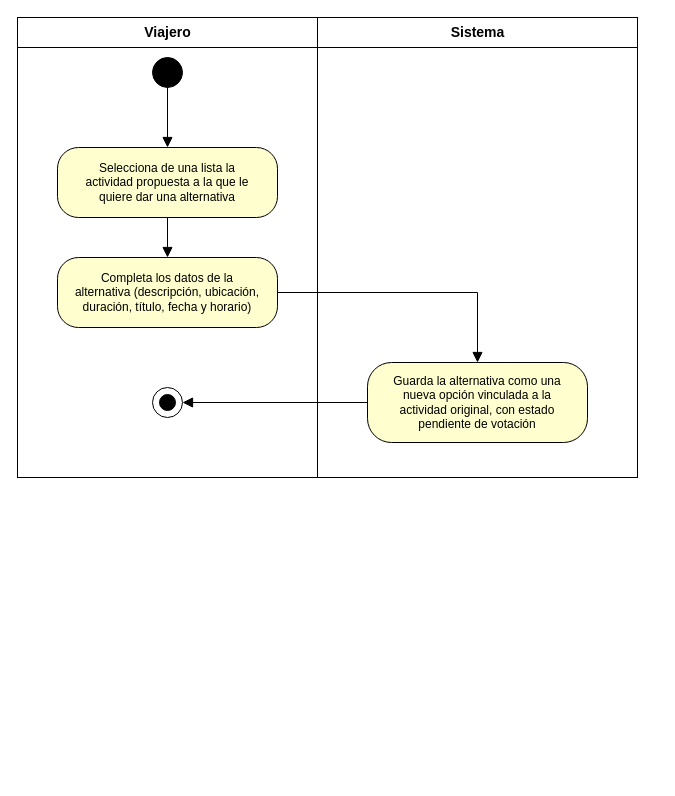
Above: page "Proponiendo alternativa de actividad" (3 of 13) of docs/diagramas.drawio in tomashsieh7/organizacion_viajes (draw.io), before the change. Source tidied: cells renumbered, new cells numbered last; positions are measured from the earlier drawing's top-left corner, leaving out a move shared by most shapes. Both pictures are drawn from the tidied source at 100%, with x=0, y=0 at pixel (17, 17).
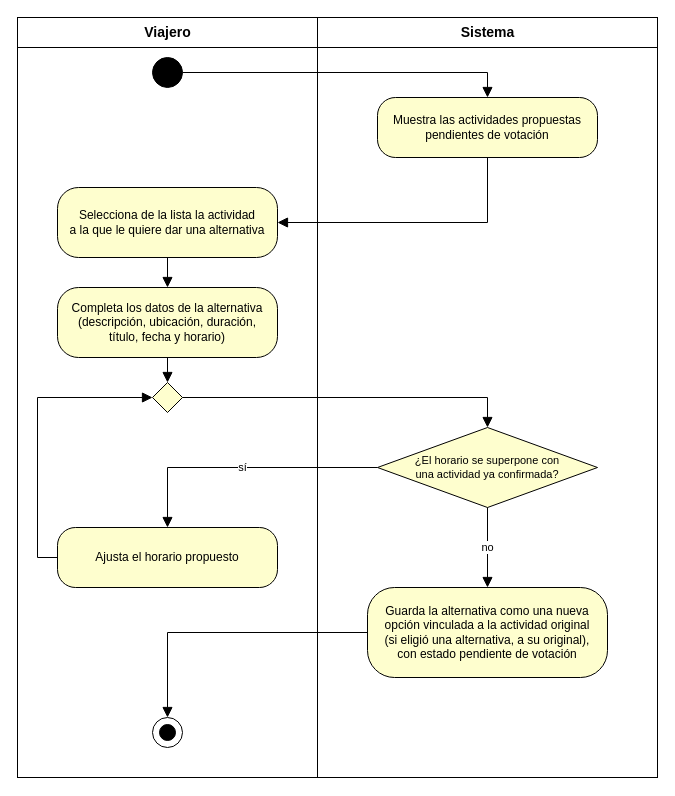
After the change.

Change to the diagram source:
```diff
@@
-    <mxCell id="2" style="rounded=0;whiteSpace=wrap;html=1;fillColor=none;" parent="1" vertex="1">
-      <mxGeometry width="620" height="460" as="geometry" />
+    <mxCell id="2" style="rounded=0;whiteSpace=wrap;html=1;fillColor=none;strokeColor=light-dark(#000000,#FFFFFF);" parent="1" vertex="1">
+      <mxGeometry width="640" height="760" as="geometry" />
     </mxCell>
-    <mxCell id="3" value="Viajero" style="text;html=1;align=center;verticalAlign=middle;fontStyle=1;fontSize=14;perimeterSpacing=0;strokeColor=default;" parent="1" vertex="1">
+    <mxCell id="3" value="Viajero" style="text;html=1;align=center;verticalAlign=middle;fontStyle=1;fontSize=14;strokeColor=light-dark(#000000,#FFFFFF);" parent="1" vertex="1">
       <mxGeometry width="300" height="30" as="geometry" />
     </mxCell>
-    <mxCell id="4" value="Sistema" style="text;html=1;align=center;verticalAlign=middle;fontStyle=1;fontSize=14;strokeColor=default;" parent="1" vertex="1">
-      <mxGeometry x="300" width="320" height="30" as="geometry" />
+    <mxCell id="4" value="Sistema" style="text;html=1;align=center;verticalAlign=middle;fontStyle=1;fontSize=14;strokeColor=light-dark(#000000,#FFFFFF);" parent="1" vertex="1">
+      <mxGeometry x="300" width="340" height="30" as="geometry" />
     </mxCell>
-    <mxCell id="5" style="endArrow=none;html=1;strokeColor=#000000;" parent="1" edge="1">
+    <mxCell id="5" style="endArrow=none;html=1;strokeColor=light-dark(#000000,#FFFFFF);" parent="1" edge="1">
       <mxGeometry relative="1" as="geometry">
         <mxPoint x="300" as="sourcePoint" />
-        <mxPoint x="300" y="460" as="targetPoint" />
+        <mxPoint x="300" y="760" as="targetPoint" />
       </mxGeometry>
     </mxCell>
-    <mxCell id="6" style="ellipse;whiteSpace=wrap;html=1;fillColor=#000000;strokeColor=light-dark(#000000,#EDEDED);" parent="1" vertex="1">
-      <mxGeometry x="135" y="40" width="30" height="30" as="geometry" />
-    </mxCell>
-    <mxCell id="7" value="Selecciona de una lista la&lt;br&gt;actividad propuesta a la que le&lt;br&gt;quiere dar una alternativa" style="rounded=1;whiteSpace=wrap;html=1;fillColor=#FEFECE;strokeColor=light-dark(#000000,#EDEDED);arcSize=30;fontSize=12;" parent="1" vertex="1">
-      <mxGeometry x="40" y="130" width="220" height="70" as="geometry" />
-    </mxCell>
+    <mxCell id="16" style="ellipse;whiteSpace=wrap;html=1;fillColor=#000000;strokeColor=light-dark(#000000,#FFFFFF);" parent="1" vertex="1">
+      <mxGeometry x="135" y="40" width="30" height="30" as="geometry" />
+    </mxCell>
+    <mxCell id="17" value="Muestra las actividades propuestas&lt;br&gt;pendientes de votación" style="rounded=1;whiteSpace=wrap;html=1;fillColor=#FEFECE;strokeColor=light-dark(#000000,#FFFFFF);arcSize=30;fontSize=12;" parent="1" vertex="1">
+      <mxGeometry x="360" y="80" width="220" height="60" as="geometry" />
+    </mxCell>
+    <mxCell id="18" value="Selecciona de la lista la actividad&lt;br&gt;a la que le quiere dar una alternativa" style="rounded=1;whiteSpace=wrap;html=1;fillColor=#FEFECE;strokeColor=light-dark(#000000,#FFFFFF);arcSize=30;fontSize=12;" parent="1" vertex="1">
+      <mxGeometry x="40" y="170" width="220" height="70" as="geometry" />
+    </mxCell>
-    <mxCell id="8" value="Completa los datos de la&lt;br&gt;alternativa (descripción, ubicación,&lt;br&gt;duración, título, fecha y horario)" style="rounded=1;whiteSpace=wrap;html=1;fillColor=#FEFECE;strokeColor=light-dark(#000000,#EDEDED);arcSize=30;fontSize=12;" parent="1" vertex="1">
-      <mxGeometry x="40" y="240" width="220" height="70" as="geometry" />
+    <mxCell id="8" value="Completa los datos de la alternativa&lt;br&gt;(descripción, ubicación, duración,&lt;br&gt;título, fecha y horario)" style="rounded=1;whiteSpace=wrap;html=1;fillColor=#FEFECE;strokeColor=light-dark(#000000,#FFFFFF);arcSize=30;fontSize=12;" parent="1" vertex="1">
+      <mxGeometry x="40" y="270" width="220" height="70" as="geometry" />
     </mxCell>
-    <mxCell id="9" value="Guarda la alternativa como una&lt;br&gt;nueva opción vinculada a la&lt;br&gt;actividad original, con estado&lt;br&gt;pendiente de votación" style="rounded=1;whiteSpace=wrap;html=1;fillColor=#FEFECE;strokeColor=light-dark(#000000,#EDEDED);arcSize=30;fontSize=12;" parent="1" vertex="1">
-      <mxGeometry x="350" y="345" width="220" height="80" as="geometry" />
-    </mxCell>
-    <mxCell id="10" style="ellipse;whiteSpace=wrap;html=1;fillColor=#FFFFFF;strokeColor=light-dark(#000000,#EDEDED);" parent="1" vertex="1">
-      <mxGeometry x="135" y="370" width="30" height="30" as="geometry" />
-    </mxCell>
-    <mxCell id="11" style="ellipse;whiteSpace=wrap;html=1;fillColor=#000000;strokeColor=light-dark(#000000,#EDEDED);" parent="1" vertex="1">
-      <mxGeometry x="142" y="377" width="16" height="16" as="geometry" />
-    </mxCell>
-    <mxCell id="12" style="endArrow=block;html=1;strokeColor=light-dark(#000000,#EDEDED);fontSize=11;rounded=0;endSize=8;edgeStyle=orthogonalEdgeStyle;" parent="1" edge="1" source="6" target="7">
-      <mxGeometry relative="1" as="geometry" />
-    </mxCell>
-    <mxCell id="13" style="endArrow=block;html=1;strokeColor=light-dark(#000000,#EDEDED);fontSize=11;rounded=0;endSize=8;edgeStyle=orthogonalEdgeStyle;" parent="1" edge="1" source="7" target="8">
-      <mxGeometry relative="1" as="geometry" />
-    </mxCell>
-    <mxCell id="14" style="endArrow=block;html=1;strokeColor=light-dark(#000000,#EDEDED);fontSize=11;rounded=0;endSize=8;edgeStyle=orthogonalEdgeStyle;exitX=1;exitY=0.5;exitDx=0;exitDy=0;entryX=0.5;entryY=0;entryDx=0;entryDy=0;" parent="1" edge="1" source="8" target="9">
-      <mxGeometry relative="1" as="geometry" />
-    </mxCell>
-    <mxCell id="15" style="endArrow=block;html=1;strokeColor=light-dark(#000000,#EDEDED);fontSize=11;rounded=0;endSize=8;edgeStyle=orthogonalEdgeStyle;exitX=0;exitY=0.5;exitDx=0;exitDy=0;entryX=1;entryY=0.5;entryDx=0;entryDy=0;" parent="1" edge="1" source="9" target="10">
-      <mxGeometry relative="1" as="geometry" />
-    </mxCell>
+    <mxCell id="19" style="rhombus;whiteSpace=wrap;html=1;fillColor=#FEFECE;strokeColor=light-dark(#000000,#FFFFFF);fontSize=11;" parent="1" vertex="1">
+      <mxGeometry x="135" y="365" width="30" height="30" as="geometry" />
+    </mxCell>
+    <mxCell id="20" value="¿El horario se superpone con&lt;br&gt;una actividad ya confirmada?" style="rhombus;whiteSpace=wrap;html=1;fillColor=#FEFECE;strokeColor=light-dark(#000000,#FFFFFF);fontSize=11;" parent="1" vertex="1">
+      <mxGeometry x="360" y="410" width="220" height="80" as="geometry" />
+    </mxCell>
+    <mxCell id="21" value="Ajusta el horario propuesto" style="rounded=1;whiteSpace=wrap;html=1;fillColor=#FEFECE;strokeColor=light-dark(#000000,#FFFFFF);arcSize=30;fontSize=12;" parent="1" vertex="1">
+      <mxGeometry x="40" y="510" width="220" height="60" as="geometry" />
+    </mxCell>
+    <mxCell id="22" value="Guarda la alternativa como una nueva&lt;br&gt;opción vinculada a la actividad original&lt;br&gt;(si eligió una alternativa, a su original),&lt;br&gt;con estado pendiente de votación" style="rounded=1;whiteSpace=wrap;html=1;fillColor=#FEFECE;strokeColor=light-dark(#000000,#FFFFFF);arcSize=30;fontSize=12;" parent="1" vertex="1">
+      <mxGeometry x="350" y="570" width="240" height="90" as="geometry" />
+    </mxCell>
+    <mxCell id="23" style="ellipse;whiteSpace=wrap;html=1;fillColor=#FFFFFF;strokeColor=light-dark(#000000,#FFFFFF);" parent="1" vertex="1">
+      <mxGeometry x="135" y="700" width="30" height="30" as="geometry" />
+    </mxCell>
+    <mxCell id="24" style="ellipse;whiteSpace=wrap;html=1;fillColor=#000000;strokeColor=light-dark(#000000,#FFFFFF);" parent="1" vertex="1">
+      <mxGeometry x="142" y="707" width="16" height="16" as="geometry" />
+    </mxCell>
+    <mxCell id="25" style="endArrow=block;html=1;strokeColor=light-dark(#000000,#FFFFFF);fontSize=11;rounded=0;endSize=8;edgeStyle=orthogonalEdgeStyle;exitX=1;exitY=0.5;exitDx=0;exitDy=0;entryX=0.5;entryY=0;entryDx=0;entryDy=0;" parent="1" edge="1" source="16" target="17">
+      <mxGeometry relative="1" as="geometry" />
+    </mxCell>
+    <mxCell id="26" style="endArrow=block;html=1;strokeColor=light-dark(#000000,#FFFFFF);fontSize=11;rounded=0;endSize=8;edgeStyle=orthogonalEdgeStyle;exitX=0.5;exitY=1;exitDx=0;exitDy=0;entryX=1;entryY=0.5;entryDx=0;entryDy=0;" parent="1" edge="1" source="17" target="18">
+      <mxGeometry relative="1" as="geometry" />
+    </mxCell>
+    <mxCell id="27" style="endArrow=block;html=1;strokeColor=light-dark(#000000,#FFFFFF);fontSize=11;rounded=0;endSize=8;edgeStyle=orthogonalEdgeStyle;exitX=0.5;exitY=1;exitDx=0;exitDy=0;entryX=0.5;entryY=0;entryDx=0;entryDy=0;" parent="1" edge="1" source="18" target="8">
+      <mxGeometry relative="1" as="geometry" />
+    </mxCell>
+    <mxCell id="28" style="endArrow=block;html=1;strokeColor=light-dark(#000000,#FFFFFF);fontSize=11;rounded=0;endSize=8;edgeStyle=orthogonalEdgeStyle;exitX=0.5;exitY=1;exitDx=0;exitDy=0;entryX=0.5;entryY=0;entryDx=0;entryDy=0;" parent="1" edge="1" source="8" target="19">
+      <mxGeometry relative="1" as="geometry" />
+    </mxCell>
+    <mxCell id="29" style="endArrow=block;html=1;strokeColor=light-dark(#000000,#FFFFFF);fontSize=11;rounded=0;endSize=8;edgeStyle=orthogonalEdgeStyle;exitX=1;exitY=0.5;exitDx=0;exitDy=0;entryX=0.5;entryY=0;entryDx=0;entryDy=0;" parent="1" edge="1" source="19" target="20">
+      <mxGeometry relative="1" as="geometry" />
+    </mxCell>
+    <mxCell id="30" value="sí" style="endArrow=block;html=1;strokeColor=light-dark(#000000,#FFFFFF);fontSize=11;rounded=0;endSize=8;edgeStyle=orthogonalEdgeStyle;exitX=0;exitY=0.5;exitDx=0;exitDy=0;entryX=0.5;entryY=0;entryDx=0;entryDy=0;" parent="1" edge="1" source="20" target="21">
+      <mxGeometry relative="1" as="geometry" />
+    </mxCell>
+    <mxCell id="31" style="endArrow=block;html=1;strokeColor=light-dark(#000000,#FFFFFF);fontSize=11;rounded=0;endSize=8;edgeStyle=orthogonalEdgeStyle;exitX=0;exitY=0.5;exitDx=0;exitDy=0;entryX=0;entryY=0.5;entryDx=0;entryDy=0;" parent="1" edge="1" source="21" target="19">
+      <mxGeometry relative="1" as="geometry">
+        <Array as="points">
+          <mxPoint x="20" y="540" />
+          <mxPoint x="20" y="380" />
+        </Array>
+      </mxGeometry>
+    </mxCell>
+    <mxCell id="32" value="no" style="endArrow=block;html=1;strokeColor=light-dark(#000000,#FFFFFF);fontSize=11;rounded=0;endSize=8;edgeStyle=orthogonalEdgeStyle;exitX=0.5;exitY=1;exitDx=0;exitDy=0;entryX=0.5;entryY=0;entryDx=0;entryDy=0;" parent="1" edge="1" source="20" target="22">
+      <mxGeometry relative="1" as="geometry" />
+    </mxCell>
+    <mxCell id="33" style="endArrow=block;html=1;strokeColor=light-dark(#000000,#FFFFFF);fontSize=11;rounded=0;endSize=8;edgeStyle=orthogonalEdgeStyle;exitX=0;exitY=0.5;exitDx=0;exitDy=0;entryX=0.5;entryY=0;entryDx=0;entryDy=0;" parent="1" edge="1" source="22" target="23">
+      <mxGeometry relative="1" as="geometry">
+        <Array as="points">
+          <mxPoint x="150" y="615" />
+        </Array>
+      </mxGeometry>
+    </mxCell>
```
